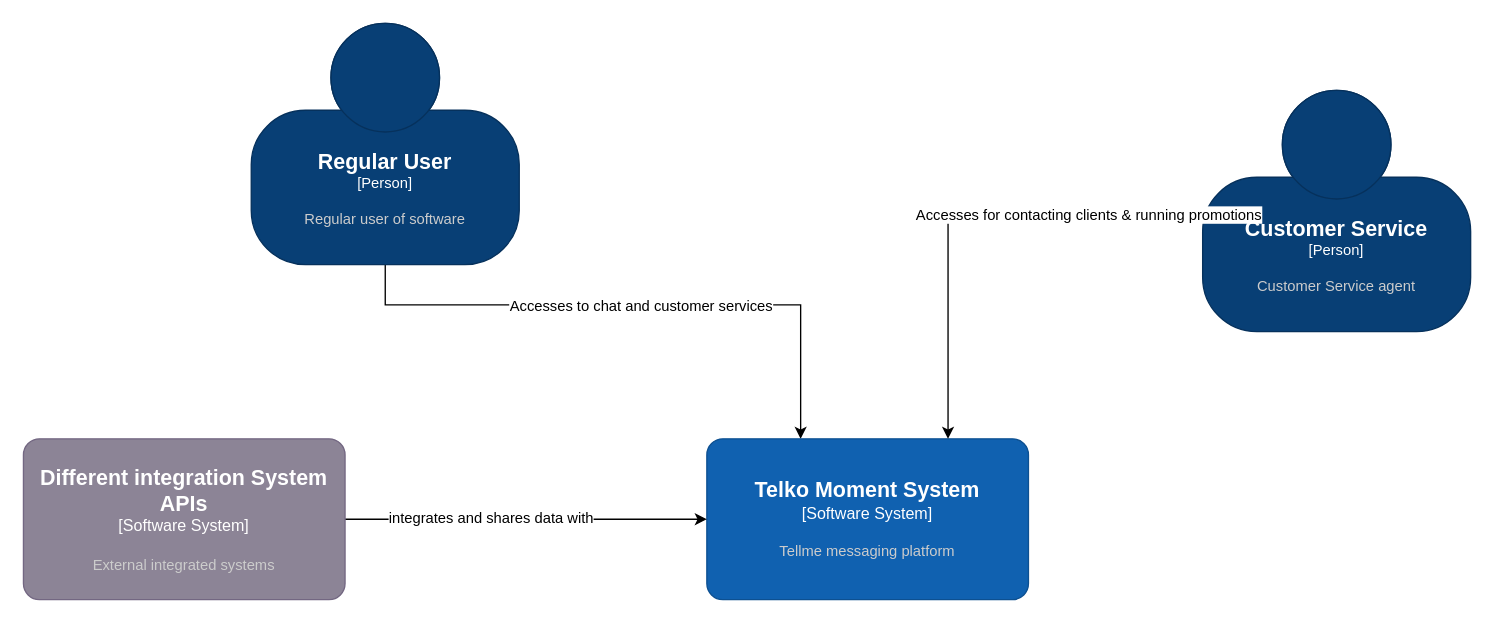
mcsamuelshoko/telko-moment-server keeps this draw.io diagram as page "Context" (1 of 4) of docs/server/c4-architecture-diagram.drawio. Above is the earlier version. Source tidied: cells renumbered, new cells numbered last; positions are measured from the earlier drawing's top-left corner, leaving out a move shared by most shapes. Both pictures are drawn from the tidied source at 134%, with x=0, y=0 at pixel (23, 23).
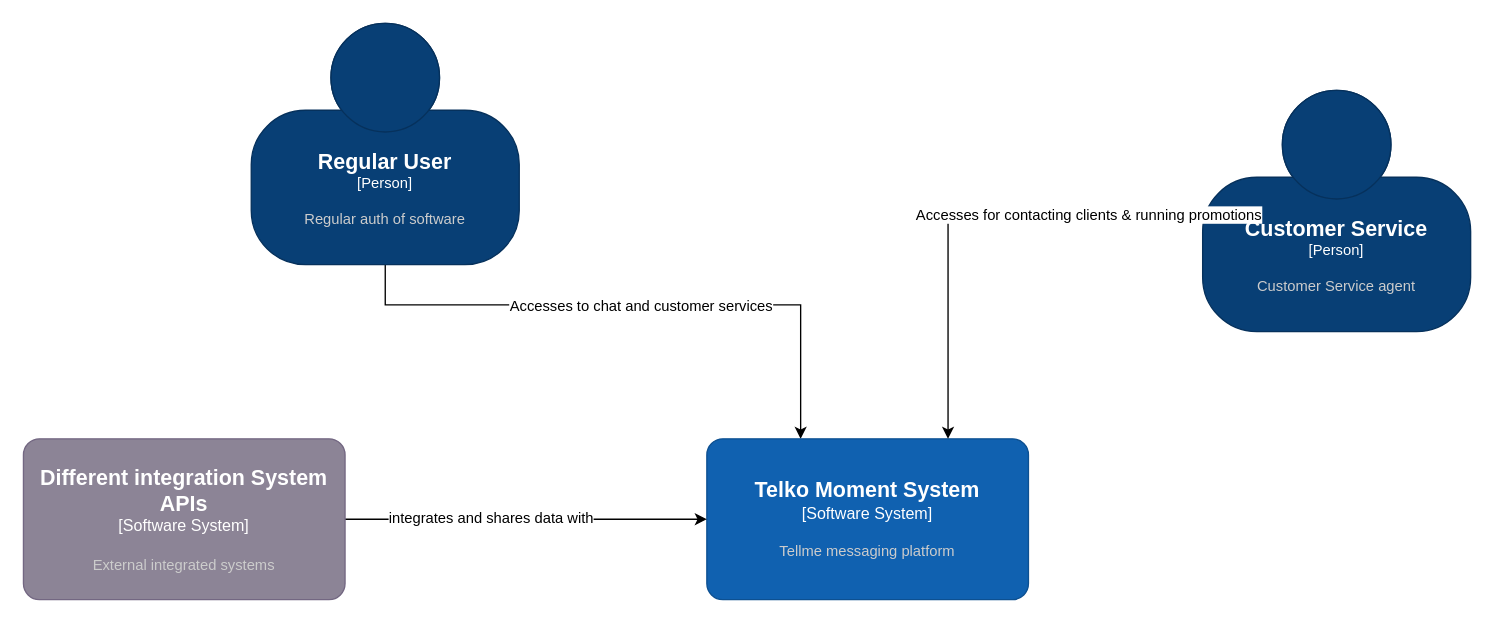
The same diagram, later.

What changed in the source:
```diff
@@
 <mxGraphModel>
   <root>
     <mxCell id="0" />
     <mxCell id="1" parent="0" />
     <mxCell id="2" style="edgeStyle=orthogonalEdgeStyle;rounded=0;jettySize=auto;html=1;" parent="1" edge="1" source="4" target="6">
       <mxGeometry relative="1" as="geometry">
         <Array as="points">
           <mxPoint x="580" y="210" />
         </Array>
       </mxGeometry>
     </mxCell>
     <mxCell id="3" value="Accesses to chat and customer services" style="edgeLabel;html=1;align=center;verticalAlign=middle;" parent="2" vertex="1">
       <mxGeometry relative="1" as="geometry" />
     </mxCell>
-    <object id="4" label="&lt;font style=&quot;font-size: 16px&quot;&gt;&lt;b&gt;%c4Name%&lt;/b&gt;&lt;/font&gt;&lt;div&gt;[%c4Type%]&lt;/div&gt;&lt;br&gt;&lt;div&gt;&lt;font style=&quot;font-size: 11px&quot;&gt;&lt;font color=&quot;#cccccc&quot;&gt;%c4Description%&lt;/font&gt;&lt;/div&gt;" c4Description="Regular user of software" c4Name="Regular User" c4Type="Person" placeholders="1">
+    <object id="4" label="&lt;font style=&quot;font-size: 16px&quot;&gt;&lt;b&gt;%c4Name%&lt;/b&gt;&lt;/font&gt;&lt;div&gt;[%c4Type%]&lt;/div&gt;&lt;br&gt;&lt;div&gt;&lt;font style=&quot;font-size: 11px&quot;&gt;&lt;font color=&quot;#cccccc&quot;&gt;%c4Description%&lt;/font&gt;&lt;/div&gt;" c4Description="Regular auth of software" c4Name="Regular User" c4Type="Person" placeholders="1">
       <mxCell style="html=1;fontSize=11;dashed=0;whiteSpace=wrap;fillColor=#083F75;strokeColor=#06315C;fontColor=#ffffff;shape=mxgraph.c4.person2;align=center;points=[[0.5,0,0],[1,0.5,0],[1,0.75,0],[0.75,1,0],[0.5,1,0],[0.25,1,0],[0,0.75,0],[0,0.5,0]];" parent="1" vertex="1">
         <mxGeometry x="170" width="200" height="180" as="geometry" />
       </mxCell>
     </object>
     <object id="5" label="&lt;font style=&quot;font-size: 16px&quot;&gt;&lt;b&gt;%c4Name%&lt;/b&gt;&lt;/font&gt;&lt;div&gt;[%c4Type%]&lt;/div&gt;&lt;br&gt;&lt;div&gt;&lt;font style=&quot;font-size: 11px&quot;&gt;&lt;font color=&quot;#cccccc&quot;&gt;%c4Description%&lt;/font&gt;&lt;/div&gt;" c4Description="Customer Service agent" c4Name="Customer Service" c4Type="Person" placeholders="1">
       <mxCell style="html=1;fontSize=11;dashed=0;whiteSpace=wrap;fillColor=#083F75;strokeColor=#06315C;fontColor=#ffffff;shape=mxgraph.c4.person2;align=center;points=[[0.5,0,0],[1,0.5,0],[1,0.75,0],[0.75,1,0],[0.5,1,0],[0.25,1,0],[0,0.75,0],[0,0.5,0]];" parent="1" vertex="1">
         <mxGeometry x="880" y="50" width="200" height="180" as="geometry" />
       </mxCell>
     </object>
     <object id="6" label="&lt;font style=&quot;font-size: 16px&quot;&gt;&lt;b&gt;%c4Name%&lt;/b&gt;&lt;/font&gt;&lt;div&gt;[%c4Type%]&lt;/div&gt;&lt;br&gt;&lt;div&gt;&lt;font style=&quot;font-size: 11px&quot;&gt;&lt;font color=&quot;#cccccc&quot;&gt;%c4Description%&lt;/font&gt;&lt;/div&gt;" c4Description="Tellme messaging platform" c4Name="Telko Moment System" c4Type="Software System" placeholders="1">
       <mxCell style="rounded=1;whiteSpace=wrap;html=1;labelBackgroundColor=none;fillColor=#1061B0;fontColor=#ffffff;align=center;arcSize=10;strokeColor=#0D5091;points=[[0.25,0,0],[0.5,0,0],[0.75,0,0],[1,0.25,0],[1,0.5,0],[1,0.75,0],[0.75,1,0],[0.5,1,0],[0.25,1,0],[0,0.75,0],[0,0.5,0],[0,0.25,0]];" parent="1" vertex="1">
         <mxGeometry x="510" y="310" width="240" height="120" as="geometry" />
       </mxCell>
     </object>
     <mxCell id="7" style="edgeStyle=orthogonalEdgeStyle;rounded=0;jettySize=auto;html=1;exitX=1;exitY=0.5;exitDx=0;exitDy=0;exitPerimeter=0;" parent="1" edge="1" source="9" target="6">
       <mxGeometry relative="1" as="geometry" />
     </mxCell>
     <mxCell id="8" value="integrates and shares data with" style="edgeLabel;html=1;align=center;verticalAlign=middle;" parent="7" vertex="1">
       <mxGeometry x="-0.2" y="2" relative="1" as="geometry" />
     </mxCell>
     <object id="9" label="&lt;font style=&quot;font-size: 16px&quot;&gt;&lt;b&gt;%c4Name%&lt;/b&gt;&lt;/font&gt;&lt;div&gt;[%c4Type%]&lt;/div&gt;&lt;br&gt;&lt;div&gt;&lt;font style=&quot;font-size: 11px&quot;&gt;&lt;font color=&quot;#cccccc&quot;&gt;%c4Description%&lt;/font&gt;&lt;/div&gt;" c4Description="External integrated systems" c4Name="Different integration System APIs" c4Type="Software System" placeholders="1">
       <mxCell style="rounded=1;whiteSpace=wrap;html=1;labelBackgroundColor=none;fillColor=#8C8496;fontColor=#ffffff;align=center;arcSize=10;strokeColor=#736782;points=[[0.25,0,0],[0.5,0,0],[0.75,0,0],[1,0.25,0],[1,0.5,0],[1,0.75,0],[0.75,1,0],[0.5,1,0],[0.25,1,0],[0,0.75,0],[0,0.5,0],[0,0.25,0]];" parent="1" vertex="1">
         <mxGeometry y="310" width="240" height="120" as="geometry" />
       </mxCell>
     </object>
     <mxCell id="10" style="edgeStyle=orthogonalEdgeStyle;rounded=0;jettySize=auto;html=1;entryX=0.75;entryY=0;entryDx=0;entryDy=0;entryPerimeter=0;" parent="1" edge="1" source="5" target="6">
       <mxGeometry relative="1" as="geometry" />
     </mxCell>
     <mxCell id="11" value="Accesses for contacting clients &amp;amp; running promotions" style="edgeLabel;html=1;align=center;verticalAlign=middle;" parent="10" vertex="1">
       <mxGeometry x="-0.52" y="2" relative="1" as="geometry" />
     </mxCell>
   </root>
 </mxGraphModel>
```
